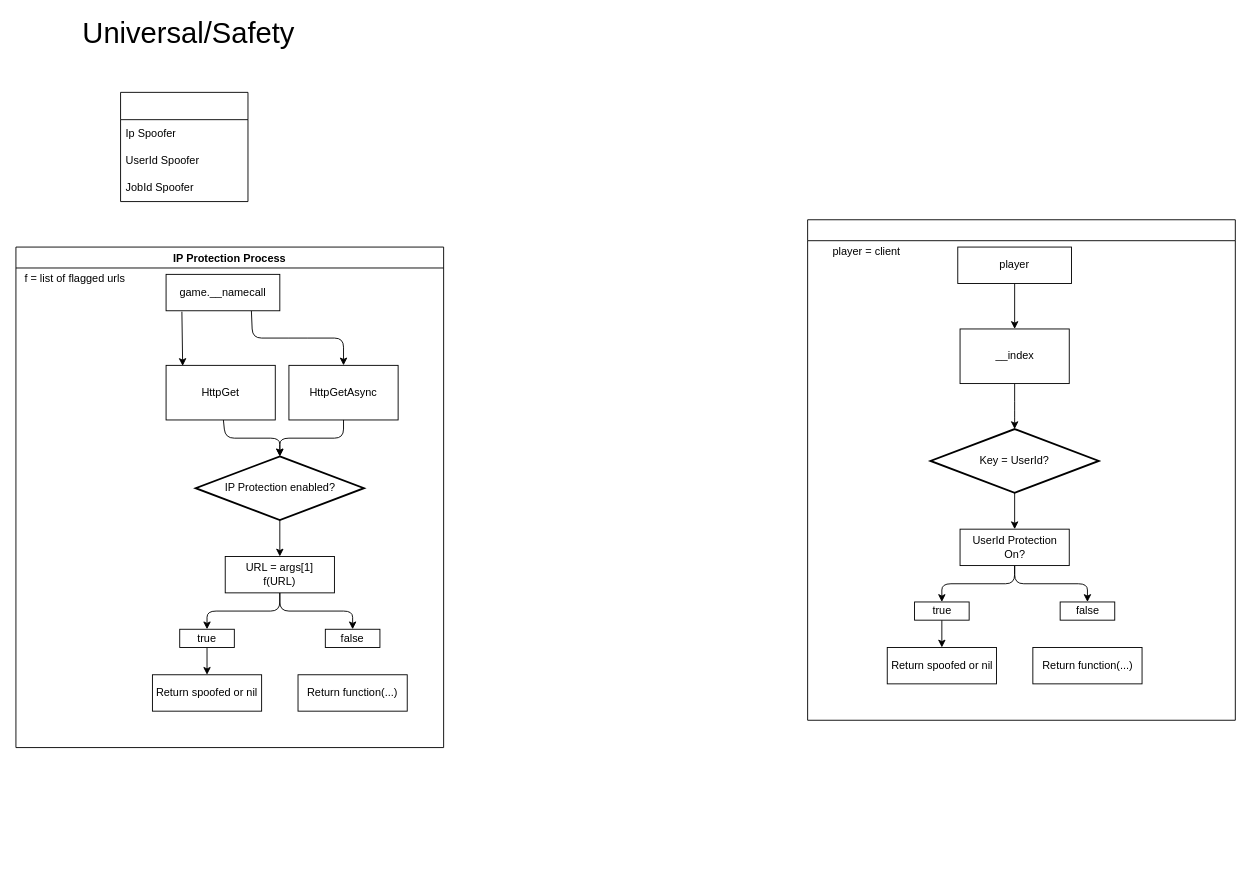
Before: src/games/Universal/uni.drawio in ChatColours/dev, a draw.io diagram. Source tidied: cells renumbered, new cells numbered last; positions are measured from the earlier drawing's top-left corner, leaving out a move shared by most shapes. Both pictures are drawn from the tidied source at 91%, with x=0, y=0 at pixel (15, 19).
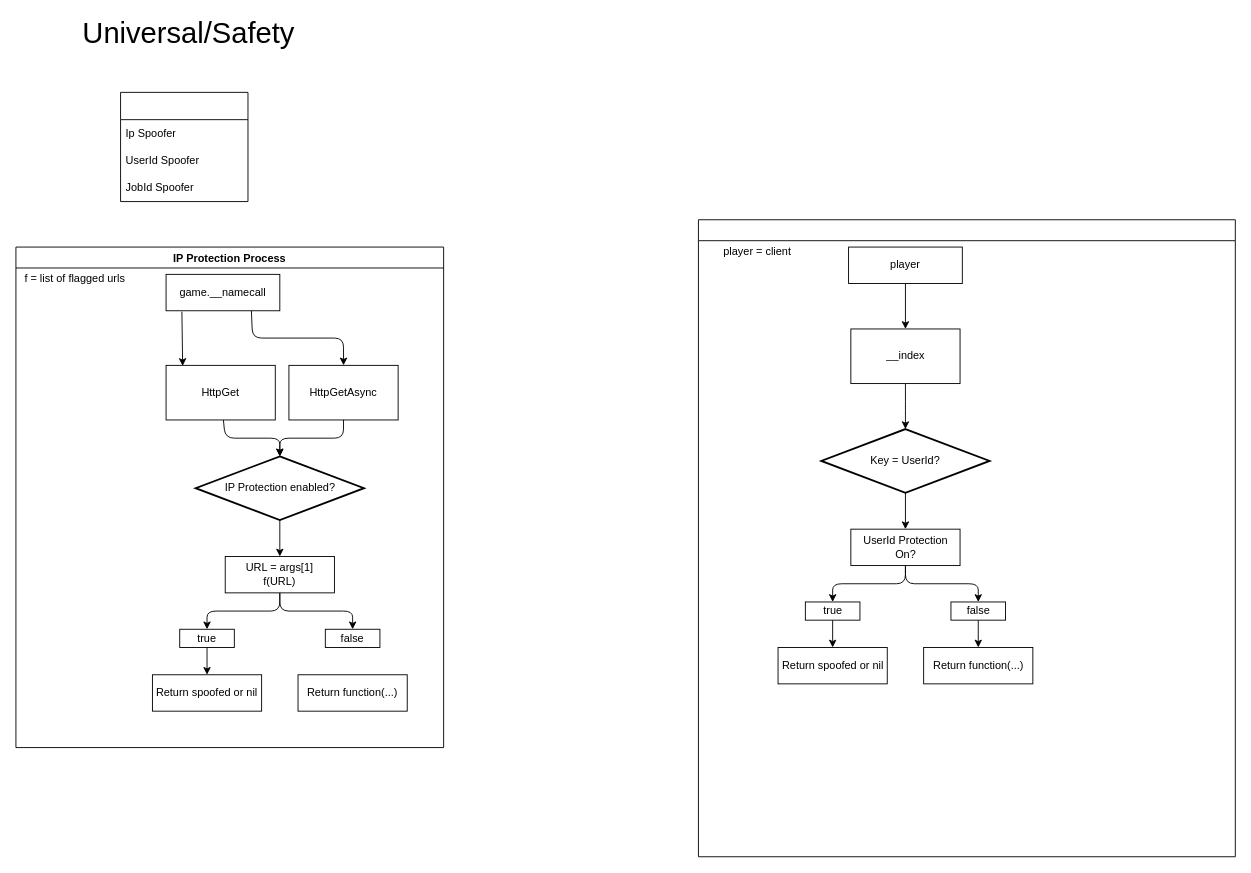
The same diagram, later.

Unchanged cells that the change refers to:
```xml
<mxCell id="37" value="false" style="rounded=0;whiteSpace=wrap;html=1;" parent="26" vertex="1">
  <mxGeometry x="277.5" y="420" width="60" height="20" as="geometry" />
</mxCell>
<mxCell id="39" value="Return function(...)" style="rounded=0;whiteSpace=wrap;html=1;" parent="26" vertex="1">
  <mxGeometry x="247.5" y="470" width="120" height="40" as="geometry" />
</mxCell>
```

The edit, as a diff of the source:
```diff
@@
     <mxCell id="26" value="            " style="swimlane;" parent="1" vertex="1">
-      <mxGeometry x="870" y="220" width="470" height="550" as="geometry" />
+      <mxGeometry x="750" y="220" width="590" height="700" as="geometry" />
     </mxCell>
@@
+    <mxCell id="42" style="edgeStyle=none;html=1;entryX=0.5;entryY=0;entryDx=0;entryDy=0;" parent="26" edge="1" source="37" target="39">
+      <mxGeometry relative="1" as="geometry" />
+    </mxCell>
```
